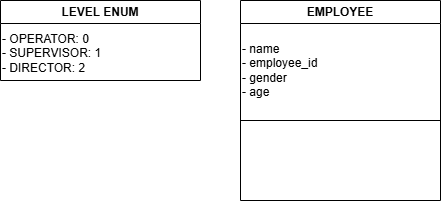
Before: Class_Diagram_and_Implementation/CallCenter/call_center.drawio.png, a diagram exported from draw.io (ashu7mishra/LLD). Source tidied: cells renumbered, new cells last; positions are measured from the earlier drawing's top-left corner, leaving out a move shared by most shapes.
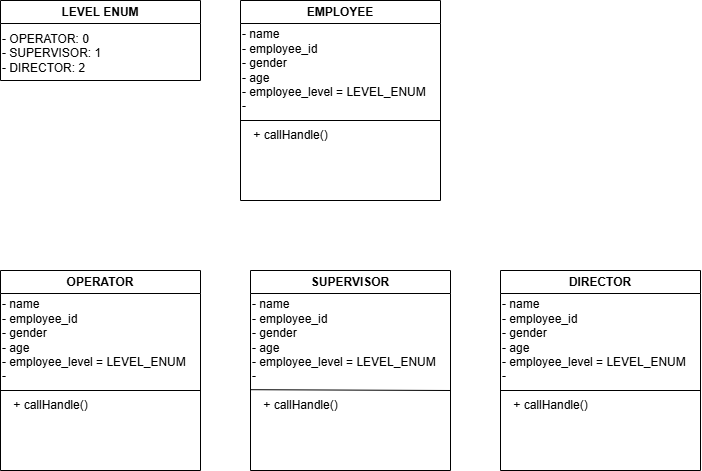
After the commit.

Change to the diagram source:
```diff
@@ -2,22 +2,64 @@
   <root>
     <mxCell id="0" />
     <mxCell id="1" parent="0" />
+    <mxCell id="4" value="LEVEL ENUM" style="swimlane;whiteSpace=wrap;html=1;" parent="1" vertex="1">
+      <mxGeometry width="200" height="80" as="geometry" />
+    </mxCell>
+    <mxCell id="5" value="- OPERATOR: 0&lt;div&gt;- SUPERVISOR: 1&lt;/div&gt;&lt;div style=&quot;&quot;&gt;- DIRECTOR: 2&lt;/div&gt;" style="text;html=1;align=left;verticalAlign=middle;whiteSpace=wrap;rounded=0;" parent="4" vertex="1">
+      <mxGeometry y="25" width="200" height="55" as="geometry" />
+    </mxCell>
+    <mxCell id="7" value="OPERATOR" style="swimlane;whiteSpace=wrap;html=1;align=center;" parent="1" vertex="1">
+      <mxGeometry y="270" width="200" height="200" as="geometry" />
+    </mxCell>
+    <mxCell id="8" value="- name&lt;div&gt;- employee_id&lt;/div&gt;&lt;div&gt;- gender&lt;/div&gt;&lt;div&gt;- age&lt;/div&gt;&lt;div&gt;- employee_level = LEVEL_ENUM&lt;/div&gt;&lt;div&gt;-&amp;nbsp;&lt;/div&gt;" style="text;html=1;align=left;verticalAlign=middle;whiteSpace=wrap;rounded=0;" parent="7" vertex="1">
+      <mxGeometry y="20" width="200" height="100" as="geometry" />
+    </mxCell>
+    <mxCell id="9" value="+ callHandle()" style="text;html=1;align=center;verticalAlign=middle;strokeColor=none;fillColor=none;" parent="7" vertex="1">
+      <mxGeometry y="120" width="100" height="30" as="geometry" />
+    </mxCell>
+    <mxCell id="10" style="endArrow=none;html=1;rounded=0;exitX=0;exitY=1;exitDx=0;exitDy=0;entryX=1;entryY=1;entryDx=0;entryDy=0;" parent="7" edge="1" source="8" target="8">
+      <mxGeometry relative="1" as="geometry" />
+    </mxCell>
+    <mxCell id="11" value="SUPERVISOR" style="swimlane;whiteSpace=wrap;html=1;align=center;" parent="1" vertex="1">
+      <mxGeometry x="250" y="270" width="200" height="200" as="geometry" />
+    </mxCell>
+    <mxCell id="12" value="- name&lt;div&gt;- employee_id&lt;/div&gt;&lt;div&gt;- gender&lt;/div&gt;&lt;div&gt;- age&lt;/div&gt;&lt;div&gt;- employee_level = LEVEL_ENUM&lt;/div&gt;&lt;div&gt;-&amp;nbsp;&lt;/div&gt;" style="text;html=1;align=left;verticalAlign=middle;whiteSpace=wrap;rounded=0;" parent="11" vertex="1">
+      <mxGeometry y="20" width="200" height="100" as="geometry" />
+    </mxCell>
+    <mxCell id="13" value="+ callHandle()" style="text;html=1;align=center;verticalAlign=middle;points=[];strokeColor=none;fillColor=none;" parent="11" vertex="1">
+      <mxGeometry y="120" width="100" height="30" as="geometry" />
+    </mxCell>
+    <mxCell id="14" style="endArrow=none;html=1;rounded=0;exitX=-0.004;exitY=-0.027;exitDx=0;exitDy=0;exitPerimeter=0;entryX=1;entryY=1;entryDx=0;entryDy=0;" parent="11" edge="1" source="13" target="12">
+      <mxGeometry relative="1" as="geometry" />
+    </mxCell>
+    <mxCell id="15" value="DIRECTOR" style="swimlane;whiteSpace=wrap;html=1;align=center;" parent="1" vertex="1">
+      <mxGeometry x="500" y="270" width="200" height="200" as="geometry" />
+    </mxCell>
+    <mxCell id="16" value="- name&lt;div&gt;- employee_id&lt;/div&gt;&lt;div&gt;- gender&lt;/div&gt;&lt;div&gt;- age&lt;/div&gt;&lt;div&gt;- employee_level = LEVEL_ENUM&lt;/div&gt;&lt;div&gt;-&amp;nbsp;&lt;/div&gt;" style="text;html=1;align=left;verticalAlign=middle;whiteSpace=wrap;rounded=0;" parent="15" vertex="1">
+      <mxGeometry y="20" width="200" height="100" as="geometry" />
+    </mxCell>
+    <mxCell id="17" value="+ callHandle()" style="text;html=1;align=center;verticalAlign=middle;strokeColor=none;fillColor=none;" parent="15" vertex="1">
+      <mxGeometry y="120" width="100" height="30" as="geometry" />
+    </mxCell>
+    <mxCell id="18" style="endArrow=none;html=1;rounded=0;exitX=0;exitY=1;exitDx=0;exitDy=0;entryX=1;entryY=1;entryDx=0;entryDy=0;" parent="15" edge="1" source="16" target="16">
+      <mxGeometry relative="1" as="geometry" />
+    </mxCell>
+    <mxCell id="19" style="group;" parent="1" vertex="1">
+      <mxGeometry x="240" width="200" height="200" as="geometry" />
+    </mxCell>
-    <mxCell id="2" value="EMPLOYEE" style="swimlane;whiteSpace=wrap;html=1;align=center;" parent="1" vertex="1">
-      <mxGeometry x="240" width="200" height="200" as="geometry" />
+    <mxCell id="2" value="EMPLOYEE" style="swimlane;whiteSpace=wrap;html=1;align=center;" parent="19" vertex="1">
+      <mxGeometry width="200" height="200" as="geometry" />
     </mxCell>
-    <mxCell id="3" value="- name&lt;div&gt;- employee_id&lt;/div&gt;&lt;div&gt;- gender&lt;/div&gt;&lt;div&gt;- age&lt;/div&gt;" style="text;html=1;align=left;verticalAlign=middle;whiteSpace=wrap;rounded=0;" parent="2" vertex="1">
+    <mxCell id="3" value="- name&lt;div&gt;- employee_id&lt;/div&gt;&lt;div&gt;- gender&lt;/div&gt;&lt;div&gt;- age&lt;/div&gt;&lt;div&gt;- employee_level = LEVEL_ENUM&lt;/div&gt;&lt;div&gt;-&amp;nbsp;&lt;/div&gt;" style="text;html=1;align=left;verticalAlign=middle;whiteSpace=wrap;rounded=0;" parent="2" vertex="1">
       <mxGeometry y="20" width="200" height="100" as="geometry" />
     </mxCell>
-    <mxCell id="4" value="LEVEL ENUM" style="swimlane;whiteSpace=wrap;html=1;" parent="1" vertex="1">
-      <mxGeometry width="200" height="80" as="geometry" />
-    </mxCell>
-    <mxCell id="5" value="- OPERATOR: 0&lt;div&gt;- SUPERVISOR: 1&lt;/div&gt;&lt;div style=&quot;&quot;&gt;- DIRECTOR: 2&lt;/div&gt;" style="text;html=1;align=left;verticalAlign=middle;whiteSpace=wrap;rounded=0;" parent="4" vertex="1">
-      <mxGeometry y="25" width="200" height="55" as="geometry" />
-    </mxCell>
+    <mxCell id="20" value="+ callHandle()" style="text;html=1;align=center;verticalAlign=middle;strokeColor=none;fillColor=none;" parent="2" vertex="1">
+      <mxGeometry y="120" width="100" height="30" as="geometry" />
+    </mxCell>
-    <mxCell id="6" style="endArrow=none;html=1;rounded=0;" parent="1" edge="1">
+    <mxCell id="6" style="endArrow=none;html=1;rounded=0;" parent="19" edge="1">
       <mxGeometry relative="1" as="geometry">
-        <mxPoint x="240" y="120" as="sourcePoint" />
-        <mxPoint x="440" y="120" as="targetPoint" />
+        <mxPoint y="120" as="sourcePoint" />
+        <mxPoint x="200" y="120" as="targetPoint" />
       </mxGeometry>
     </mxCell>
   </root>
```
